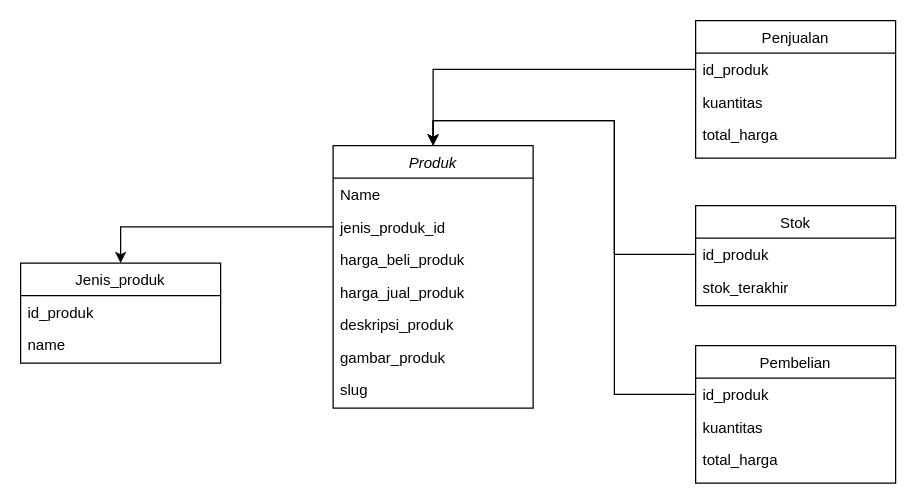
Earlier version of the draw.io diagram apotekweb.drawio (rizkykamil/Apotek-web). Source tidied: cells renumbered, new cells numbered last; positions are measured from the earlier drawing's top-left corner, leaving out a move shared by most shapes. Both pictures are drawn from the tidied source at 125%, with x=0, y=0 at pixel (20, 20).
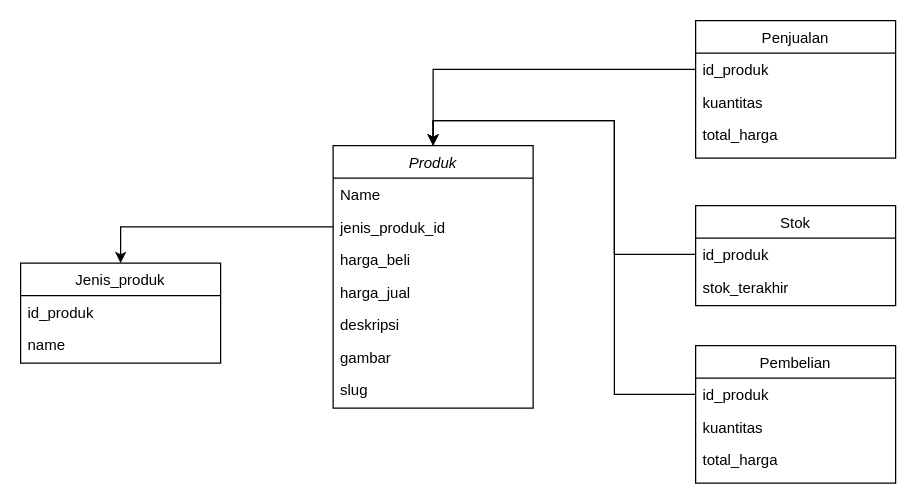
After the change.

Commit message:
Update apotekweb.drawio without suffix produk

Unchanged cells that the change refers to:
```xml
<mxCell id="2" value="Produk" style="swimlane;fontStyle=2;align=center;verticalAlign=top;horizontal=1;startSize=26;rounded=0;shadow=0;strokeWidth=1;" parent="1" vertex="1">
  <mxGeometry x="250" y="100" width="160" height="210" as="geometry" />
</mxCell>
```

The edit, as a diff of the source:
```diff
@@
-    <mxCell id="5" value="harga_beli_produk" style="text;align=left;verticalAlign=top;spacingLeft=4;spacingRight=4;overflow=hidden;rounded=0;shadow=0;html=0;" parent="2" vertex="1">
+    <mxCell id="5" value="harga_beli" style="text;align=left;verticalAlign=top;spacingLeft=4;spacingRight=4;overflow=hidden;rounded=0;shadow=0;html=0;" parent="2" vertex="1">
       <mxGeometry y="78" width="160" height="26" as="geometry" />
     </mxCell>
-    <mxCell id="6" value="harga_jual_produk" style="text;align=left;verticalAlign=top;spacingLeft=4;spacingRight=4;overflow=hidden;rounded=0;shadow=0;html=0;" parent="2" vertex="1">
+    <mxCell id="6" value="harga_jual" style="text;align=left;verticalAlign=top;spacingLeft=4;spacingRight=4;overflow=hidden;rounded=0;shadow=0;html=0;" parent="2" vertex="1">
       <mxGeometry y="104" width="160" height="26" as="geometry" />
     </mxCell>
-    <mxCell id="7" value="deskripsi_produk" style="text;align=left;verticalAlign=top;spacingLeft=4;spacingRight=4;overflow=hidden;rounded=0;shadow=0;html=0;" parent="2" vertex="1">
+    <mxCell id="7" value="deskripsi" style="text;align=left;verticalAlign=top;spacingLeft=4;spacingRight=4;overflow=hidden;rounded=0;shadow=0;html=0;" parent="2" vertex="1">
       <mxGeometry y="130" width="160" height="26" as="geometry" />
     </mxCell>
-    <mxCell id="8" value="gambar_produk" style="text;align=left;verticalAlign=top;spacingLeft=4;spacingRight=4;overflow=hidden;rounded=0;shadow=0;html=0;" parent="2" vertex="1">
+    <mxCell id="8" value="gambar" style="text;align=left;verticalAlign=top;spacingLeft=4;spacingRight=4;overflow=hidden;rounded=0;shadow=0;html=0;" parent="2" vertex="1">
       <mxGeometry y="156" width="160" height="26" as="geometry" />
     </mxCell>
```
